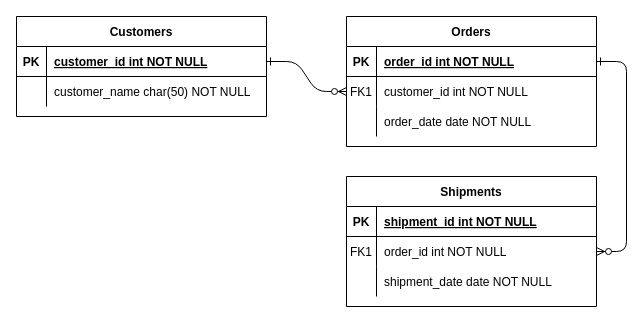
Earlier version of the draw.io diagram Untitled Diagram.drawio (Kumarabh/entity-relationships-diagram). Source tidied: cells renumbered, new cells numbered last; positions are measured from the earlier drawing's top-left corner, leaving out a move shared by most shapes. Both pictures are drawn from the tidied source at 100%, with x=0, y=0 at pixel (16, 16).
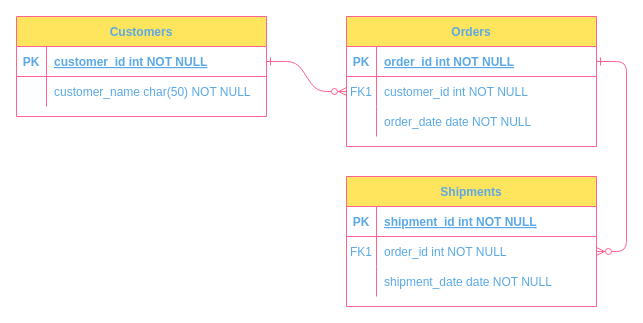
After the change.

The edit, as a diff of the source:
```diff
@@
-    <mxCell id="2" style="edgeStyle=entityRelationEdgeStyle;endArrow=ERzeroToMany;startArrow=ERone;endFill=1;startFill=0;" parent="1" edge="1" source="25" target="8">
+    <mxCell id="2" style="edgeStyle=entityRelationEdgeStyle;endArrow=ERzeroToMany;startArrow=ERone;endFill=1;startFill=0;labelBackgroundColor=none;strokeColor=#FF6392;fontColor=default;" parent="1" edge="1" source="25" target="8">
       <mxGeometry relative="1" as="geometry" />
     </mxCell>
-    <mxCell id="3" style="edgeStyle=entityRelationEdgeStyle;endArrow=ERzeroToMany;startArrow=ERone;endFill=1;startFill=0;" parent="1" edge="1" source="5" target="18">
+    <mxCell id="3" style="edgeStyle=entityRelationEdgeStyle;endArrow=ERzeroToMany;startArrow=ERone;endFill=1;startFill=0;labelBackgroundColor=none;strokeColor=#FF6392;fontColor=default;" parent="1" edge="1" source="5" target="18">
       <mxGeometry relative="1" as="geometry" />
     </mxCell>
-    <mxCell id="4" value="Orders" style="shape=table;startSize=30;childLayout=tableLayout;rowLines=0;fontStyle=1;align=center;" parent="1" vertex="1">
+    <mxCell id="4" value="Orders" style="shape=table;startSize=30;childLayout=tableLayout;rowLines=0;fontStyle=1;align=center;labelBackgroundColor=none;fillColor=#FFE45E;strokeColor=#FF6392;fontColor=#5AA9E6;" parent="1" vertex="1">
       <mxGeometry x="330" width="250" height="130" as="geometry" />
     </mxCell>
-    <mxCell id="5" style="shape=partialRectangle;fillColor=none;points=[[0,0.5],[1,0.5]];portConstraint=eastwest;top=0;left=0;right=0;bottom=1;" parent="4" vertex="1">
+    <mxCell id="5" style="shape=partialRectangle;fillColor=none;points=[[0,0.5],[1,0.5]];portConstraint=eastwest;top=0;left=0;right=0;bottom=1;labelBackgroundColor=none;strokeColor=#FF6392;fontColor=#5AA9E6;" parent="4" vertex="1">
       <mxGeometry y="30" width="250" height="30" as="geometry" />
     </mxCell>
-    <mxCell id="6" value="PK" style="shape=partialRectangle;overflow=hidden;fillColor=none;top=0;left=0;bottom=0;right=0;fontStyle=1;" parent="5" vertex="1">
+    <mxCell id="6" value="PK" style="shape=partialRectangle;overflow=hidden;fillColor=none;top=0;left=0;bottom=0;right=0;fontStyle=1;labelBackgroundColor=none;strokeColor=#FF6392;fontColor=#5AA9E6;" parent="5" vertex="1">
       <mxGeometry width="30" height="30" as="geometry" />
     </mxCell>
-    <mxCell id="7" value="order_id int NOT NULL " style="shape=partialRectangle;overflow=hidden;fillColor=none;top=0;left=0;bottom=0;right=0;align=left;spacingLeft=6;fontStyle=5;" parent="5" vertex="1">
+    <mxCell id="7" value="order_id int NOT NULL " style="shape=partialRectangle;overflow=hidden;fillColor=none;top=0;left=0;bottom=0;right=0;align=left;spacingLeft=6;fontStyle=5;labelBackgroundColor=none;strokeColor=#FF6392;fontColor=#5AA9E6;" parent="5" vertex="1">
       <mxGeometry x="30" width="220" height="30" as="geometry" />
     </mxCell>
-    <mxCell id="8" style="shape=partialRectangle;fillColor=none;points=[[0,0.5],[1,0.5]];portConstraint=eastwest;top=0;left=0;right=0;bottom=0;" parent="4" vertex="1">
+    <mxCell id="8" style="shape=partialRectangle;fillColor=none;points=[[0,0.5],[1,0.5]];portConstraint=eastwest;top=0;left=0;right=0;bottom=0;labelBackgroundColor=none;strokeColor=#FF6392;fontColor=#5AA9E6;" parent="4" vertex="1">
       <mxGeometry y="60" width="250" height="30" as="geometry" />
     </mxCell>
-    <mxCell id="9" value="FK1" style="shape=partialRectangle;overflow=hidden;fillColor=none;top=0;left=0;bottom=0;right=0;" parent="8" vertex="1">
+    <mxCell id="9" value="FK1" style="shape=partialRectangle;overflow=hidden;fillColor=none;top=0;left=0;bottom=0;right=0;labelBackgroundColor=none;strokeColor=#FF6392;fontColor=#5AA9E6;" parent="8" vertex="1">
       <mxGeometry width="30" height="30" as="geometry" />
     </mxCell>
-    <mxCell id="10" value="customer_id int NOT NULL" style="shape=partialRectangle;overflow=hidden;fillColor=none;top=0;left=0;bottom=0;right=0;align=left;spacingLeft=6;" parent="8" vertex="1">
+    <mxCell id="10" value="customer_id int NOT NULL" style="shape=partialRectangle;overflow=hidden;fillColor=none;top=0;left=0;bottom=0;right=0;align=left;spacingLeft=6;labelBackgroundColor=none;strokeColor=#FF6392;fontColor=#5AA9E6;" parent="8" vertex="1">
       <mxGeometry x="30" width="220" height="30" as="geometry" />
     </mxCell>
-    <mxCell id="11" style="shape=partialRectangle;fillColor=none;top=0;left=0;right=0;bottom=0;" parent="4" vertex="1">
+    <mxCell id="11" style="shape=partialRectangle;fillColor=none;top=0;left=0;right=0;bottom=0;labelBackgroundColor=none;strokeColor=#FF6392;fontColor=#5AA9E6;" parent="4" vertex="1">
       <mxGeometry y="90" width="250" height="30" as="geometry" />
     </mxCell>
-    <mxCell id="12" style="shape=partialRectangle;overflow=hidden;fillColor=none;top=0;left=0;bottom=0;right=0;" parent="11" vertex="1">
+    <mxCell id="12" style="shape=partialRectangle;overflow=hidden;fillColor=none;top=0;left=0;bottom=0;right=0;labelBackgroundColor=none;strokeColor=#FF6392;fontColor=#5AA9E6;" parent="11" vertex="1">
       <mxGeometry width="30" height="30" as="geometry" />
     </mxCell>
-    <mxCell id="13" value="order_date date NOT NULL" style="shape=partialRectangle;overflow=hidden;fillColor=none;top=0;left=0;bottom=0;right=0;align=left;spacingLeft=6;" parent="11" vertex="1">
+    <mxCell id="13" value="order_date date NOT NULL" style="shape=partialRectangle;overflow=hidden;fillColor=none;top=0;left=0;bottom=0;right=0;align=left;spacingLeft=6;labelBackgroundColor=none;strokeColor=#FF6392;fontColor=#5AA9E6;" parent="11" vertex="1">
       <mxGeometry x="30" width="220" height="30" as="geometry" />
     </mxCell>
-    <mxCell id="14" value="Shipments" style="shape=table;startSize=30;childLayout=tableLayout;rowLines=0;fontStyle=1;align=center;" parent="1" vertex="1">
+    <mxCell id="14" value="Shipments" style="shape=table;startSize=30;childLayout=tableLayout;rowLines=0;fontStyle=1;align=center;labelBackgroundColor=none;fillColor=#FFE45E;strokeColor=#FF6392;fontColor=#5AA9E6;" parent="1" vertex="1">
       <mxGeometry x="330" y="160" width="250" height="130" as="geometry" />
     </mxCell>
-    <mxCell id="15" style="shape=partialRectangle;fillColor=none;top=0;left=0;right=0;bottom=1;" parent="14" vertex="1">
+    <mxCell id="15" style="shape=partialRectangle;fillColor=none;top=0;left=0;right=0;bottom=1;labelBackgroundColor=none;strokeColor=#FF6392;fontColor=#5AA9E6;" parent="14" vertex="1">
       <mxGeometry y="30" width="250" height="30" as="geometry" />
     </mxCell>
-    <mxCell id="16" value="PK" style="shape=partialRectangle;overflow=hidden;fillColor=none;top=0;left=0;bottom=0;right=0;fontStyle=1;" parent="15" vertex="1">
+    <mxCell id="16" value="PK" style="shape=partialRectangle;overflow=hidden;fillColor=none;top=0;left=0;bottom=0;right=0;fontStyle=1;labelBackgroundColor=none;strokeColor=#FF6392;fontColor=#5AA9E6;" parent="15" vertex="1">
       <mxGeometry width="30" height="30" as="geometry" />
     </mxCell>
-    <mxCell id="17" value="shipment_id int NOT NULL " style="shape=partialRectangle;overflow=hidden;fillColor=none;top=0;left=0;bottom=0;right=0;align=left;spacingLeft=6;fontStyle=5;" parent="15" vertex="1">
+    <mxCell id="17" value="shipment_id int NOT NULL " style="shape=partialRectangle;overflow=hidden;fillColor=none;top=0;left=0;bottom=0;right=0;align=left;spacingLeft=6;fontStyle=5;labelBackgroundColor=none;strokeColor=#FF6392;fontColor=#5AA9E6;" parent="15" vertex="1">
       <mxGeometry x="30" width="220" height="30" as="geometry" />
     </mxCell>
-    <mxCell id="18" style="shape=partialRectangle;fillColor=none;points=[[0,0.5],[1,0.5]];portConstraint=eastwest;top=0;left=0;right=0;bottom=0;" parent="14" vertex="1">
+    <mxCell id="18" style="shape=partialRectangle;fillColor=none;points=[[0,0.5],[1,0.5]];portConstraint=eastwest;top=0;left=0;right=0;bottom=0;labelBackgroundColor=none;strokeColor=#FF6392;fontColor=#5AA9E6;" parent="14" vertex="1">
       <mxGeometry y="60" width="250" height="30" as="geometry" />
     </mxCell>
-    <mxCell id="19" value="FK1" style="shape=partialRectangle;overflow=hidden;fillColor=none;top=0;left=0;bottom=0;right=0;" parent="18" vertex="1">
+    <mxCell id="19" value="FK1" style="shape=partialRectangle;overflow=hidden;fillColor=none;top=0;left=0;bottom=0;right=0;labelBackgroundColor=none;strokeColor=#FF6392;fontColor=#5AA9E6;" parent="18" vertex="1">
       <mxGeometry width="30" height="30" as="geometry" />
     </mxCell>
-    <mxCell id="20" value="order_id int NOT NULL" style="shape=partialRectangle;overflow=hidden;fillColor=none;top=0;left=0;bottom=0;right=0;align=left;spacingLeft=6;" parent="18" vertex="1">
+    <mxCell id="20" value="order_id int NOT NULL" style="shape=partialRectangle;overflow=hidden;fillColor=none;top=0;left=0;bottom=0;right=0;align=left;spacingLeft=6;labelBackgroundColor=none;strokeColor=#FF6392;fontColor=#5AA9E6;" parent="18" vertex="1">
       <mxGeometry x="30" width="220" height="30" as="geometry" />
     </mxCell>
-    <mxCell id="21" style="shape=partialRectangle;fillColor=none;top=0;left=0;right=0;bottom=0;" parent="14" vertex="1">
+    <mxCell id="21" style="shape=partialRectangle;fillColor=none;top=0;left=0;right=0;bottom=0;labelBackgroundColor=none;strokeColor=#FF6392;fontColor=#5AA9E6;" parent="14" vertex="1">
       <mxGeometry y="90" width="250" height="30" as="geometry" />
     </mxCell>
-    <mxCell id="22" style="shape=partialRectangle;overflow=hidden;fillColor=none;top=0;left=0;bottom=0;right=0;" parent="21" vertex="1">
+    <mxCell id="22" style="shape=partialRectangle;overflow=hidden;fillColor=none;top=0;left=0;bottom=0;right=0;labelBackgroundColor=none;strokeColor=#FF6392;fontColor=#5AA9E6;" parent="21" vertex="1">
       <mxGeometry width="30" height="30" as="geometry" />
     </mxCell>
-    <mxCell id="23" value="shipment_date date NOT NULL" style="shape=partialRectangle;overflow=hidden;fillColor=none;top=0;left=0;bottom=0;right=0;align=left;spacingLeft=6;" parent="21" vertex="1">
+    <mxCell id="23" value="shipment_date date NOT NULL" style="shape=partialRectangle;overflow=hidden;fillColor=none;top=0;left=0;bottom=0;right=0;align=left;spacingLeft=6;labelBackgroundColor=none;strokeColor=#FF6392;fontColor=#5AA9E6;" parent="21" vertex="1">
       <mxGeometry x="30" width="220" height="30" as="geometry" />
     </mxCell>
-    <mxCell id="24" value="Customers" style="shape=table;startSize=30;childLayout=tableLayout;rowLines=0;fontStyle=1;align=center;" parent="1" vertex="1">
+    <mxCell id="24" value="Customers" style="shape=table;startSize=30;childLayout=tableLayout;rowLines=0;fontStyle=1;align=center;labelBackgroundColor=none;fillColor=#FFE45E;strokeColor=#FF6392;fontColor=#5AA9E6;" parent="1" vertex="1">
       <mxGeometry width="250" height="100" as="geometry" />
     </mxCell>
-    <mxCell id="25" style="shape=partialRectangle;fillColor=none;points=[[0,0.5],[1,0.5]];portConstraint=eastwest;top=0;left=0;right=0;bottom=1;" parent="24" vertex="1">
+    <mxCell id="25" style="shape=partialRectangle;fillColor=none;points=[[0,0.5],[1,0.5]];portConstraint=eastwest;top=0;left=0;right=0;bottom=1;labelBackgroundColor=none;strokeColor=#FF6392;fontColor=#5AA9E6;" parent="24" vertex="1">
       <mxGeometry y="30" width="250" height="30" as="geometry" />
     </mxCell>
-    <mxCell id="26" value="PK" style="shape=partialRectangle;overflow=hidden;fillColor=none;top=0;left=0;bottom=0;right=0;fontStyle=1;" parent="25" vertex="1">
+    <mxCell id="26" value="PK" style="shape=partialRectangle;overflow=hidden;fillColor=none;top=0;left=0;bottom=0;right=0;fontStyle=1;labelBackgroundColor=none;strokeColor=#FF6392;fontColor=#5AA9E6;" parent="25" vertex="1">
       <mxGeometry width="30" height="30" as="geometry" />
     </mxCell>
-    <mxCell id="27" value="customer_id int NOT NULL " style="shape=partialRectangle;overflow=hidden;fillColor=none;top=0;left=0;bottom=0;right=0;align=left;spacingLeft=6;fontStyle=5;" parent="25" vertex="1">
+    <mxCell id="27" value="customer_id int NOT NULL " style="shape=partialRectangle;overflow=hidden;fillColor=none;top=0;left=0;bottom=0;right=0;align=left;spacingLeft=6;fontStyle=5;labelBackgroundColor=none;strokeColor=#FF6392;fontColor=#5AA9E6;" parent="25" vertex="1">
       <mxGeometry x="30" width="220" height="30" as="geometry" />
     </mxCell>
-    <mxCell id="28" style="shape=partialRectangle;fillColor=none;top=0;left=0;right=0;bottom=0;" parent="24" vertex="1">
+    <mxCell id="28" style="shape=partialRectangle;fillColor=none;top=0;left=0;right=0;bottom=0;labelBackgroundColor=none;strokeColor=#FF6392;fontColor=#5AA9E6;" parent="24" vertex="1">
       <mxGeometry y="60" width="250" height="30" as="geometry" />
     </mxCell>
-    <mxCell id="29" style="shape=partialRectangle;overflow=hidden;fillColor=none;top=0;left=0;bottom=0;right=0;" parent="28" vertex="1">
+    <mxCell id="29" style="shape=partialRectangle;overflow=hidden;fillColor=none;top=0;left=0;bottom=0;right=0;labelBackgroundColor=none;strokeColor=#FF6392;fontColor=#5AA9E6;" parent="28" vertex="1">
       <mxGeometry width="30" height="30" as="geometry" />
     </mxCell>
-    <mxCell id="30" value="customer_name char(50) NOT NULL" style="shape=partialRectangle;overflow=hidden;fillColor=none;top=0;left=0;bottom=0;right=0;align=left;spacingLeft=6;" parent="28" vertex="1">
+    <mxCell id="30" value="customer_name char(50) NOT NULL" style="shape=partialRectangle;overflow=hidden;fillColor=none;top=0;left=0;bottom=0;right=0;align=left;spacingLeft=6;labelBackgroundColor=none;strokeColor=#FF6392;fontColor=#5AA9E6;" parent="28" vertex="1">
       <mxGeometry x="30" width="220" height="30" as="geometry" />
     </mxCell>
```
